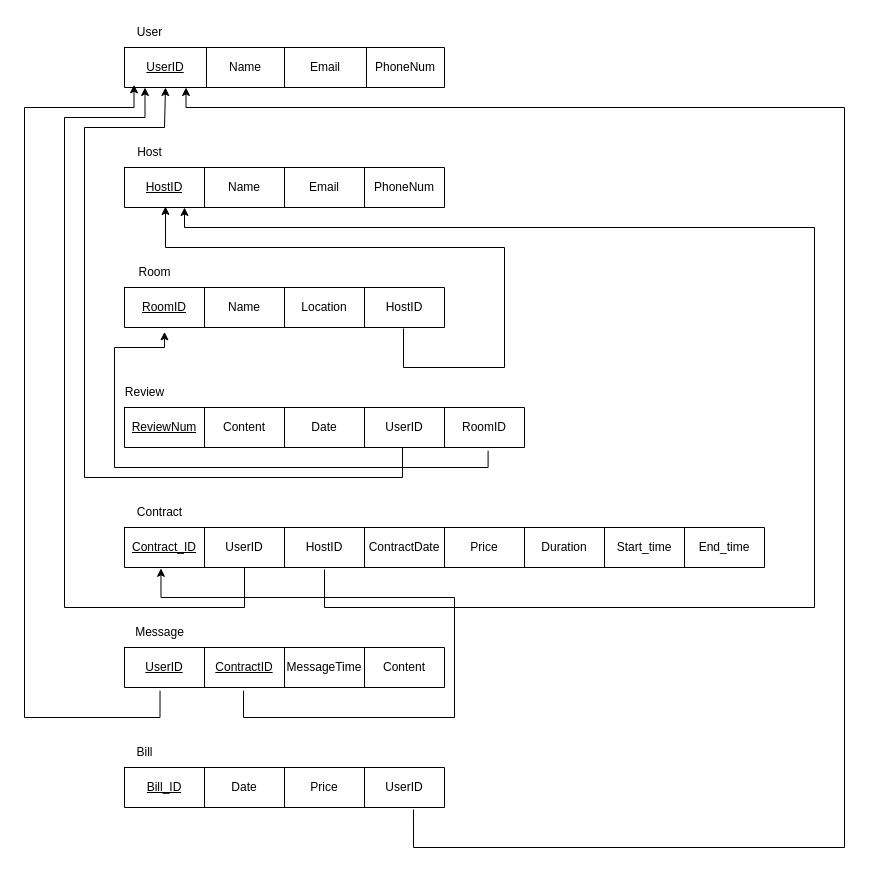
Earlier version of the draw.io diagram page "relation" (2 of 3) of test.drawio (NKIWI0310/Database_TermProject). Source tidied: cells renumbered, new cells numbered last; positions are measured from the earlier drawing's top-left corner, leaving out a move shared by most shapes. Both pictures are drawn from the tidied source at 100%, with x=0, y=0 at pixel (24, 17).
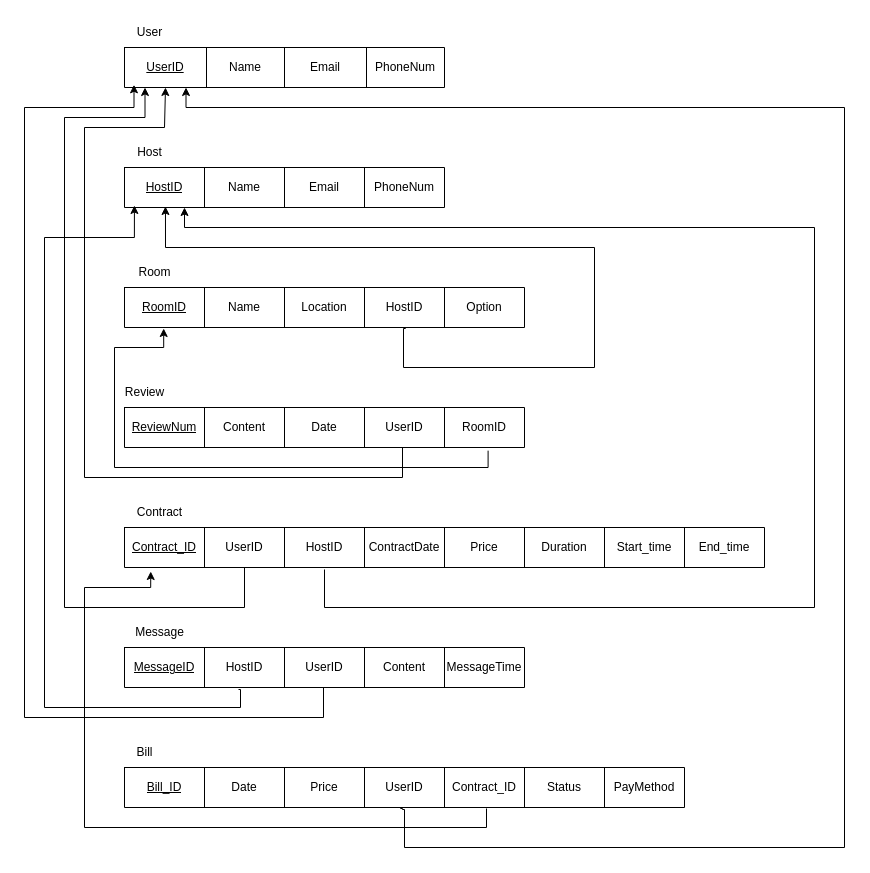
The same page after the edit.

The change refers to these unchanged cells:
```xml
<mxCell id="6" value="&lt;u&gt;UserID&lt;/u&gt;" style="shape=partialRectangle;html=1;whiteSpace=wrap;strokeColor=inherit;overflow=hidden;fillColor=none;top=0;left=0;bottom=0;right=0;" parent="5" vertex="1">
  <mxGeometry width="82" height="40" as="geometry" />
</mxCell>
<mxCell id="15" style="shape=tableRow;horizontal=0;startSize=0;swimlaneHead=0;swimlaneBody=0;strokeColor=inherit;top=0;left=0;bottom=0;right=0;fillColor=none;points=[[0,0.5],[1,0.5]];portConstraint=eastwest;" parent="14" vertex="1">
  <mxGeometry width="320" height="40" as="geometry" />
</mxCell>
<mxCell id="21" style="group;" parent="1" vertex="1">
  <mxGeometry x="100" y="240" width="320" height="70" as="geometry" />
</mxCell>
<mxCell id="31" style="shape=tableRow;horizontal=0;startSize=0;swimlaneHead=0;swimlaneBody=0;strokeColor=inherit;top=0;left=0;bottom=0;right=0;fillColor=none;points=[[0,0.5],[1,0.5]];portConstraint=eastwest;" parent="30" vertex="1">
  <mxGeometry width="400" height="40" as="geometry" />
</mxCell>
<mxCell id="38" style="group;" parent="1" vertex="1">
  <mxGeometry x="100" y="720" width="320" height="70" as="geometry" />
</mxCell>
<mxCell id="48" style="shape=tableRow;horizontal=0;startSize=0;swimlaneHead=0;swimlaneBody=0;strokeColor=inherit;top=0;left=0;bottom=0;right=0;fillColor=none;points=[[0,0.5],[1,0.5]];portConstraint=eastwest;" parent="47" vertex="1">
  <mxGeometry width="640" height="40" as="geometry" />
</mxCell>
```

The edit, as a diff of the source:
```diff
@@
-    <mxCell id="11" style="endArrow=classic;html=1;rounded=0;exitX=0.872;exitY=1.025;exitDx=0;exitDy=0;exitPerimeter=0;entryX=0.128;entryY=0.975;entryDx=0;entryDy=0;entryPerimeter=0;edgeStyle=orthogonalEdgeStyle;" parent="1" edge="1" source="23" target="15">
+    <mxCell id="11" style="endArrow=classic;html=1;rounded=0;exitX=0.703;exitY=1.025;exitDx=0;exitDy=0;exitPerimeter=0;entryX=0.128;entryY=0.975;entryDx=0;entryDy=0;entryPerimeter=0;edgeStyle=orthogonalEdgeStyle;" parent="1" edge="1" source="23" target="15">
       <mxGeometry relative="1" as="geometry">
         <Array as="points">
+          <mxPoint x="379" y="311" />
           <mxPoint x="379" y="350" />
-          <mxPoint x="480" y="350" />
-          <mxPoint x="480" y="230" />
+          <mxPoint x="570" y="350" />
+          <mxPoint x="570" y="230" />
           <mxPoint x="141" y="230" />
         </Array>
       </mxGeometry>
     </mxCell>
-    <mxCell id="12" style="endArrow=classic;html=1;rounded=0;exitX=0.903;exitY=1.05;exitDx=0;exitDy=0;exitPerimeter=0;entryX=0.75;entryY=1;entryDx=0;entryDy=0;edgeStyle=orthogonalEdgeStyle;" parent="1" edge="1" source="40" target="6">
+    <mxCell id="12" style="endArrow=classic;html=1;rounded=0;exitX=0.493;exitY=0.95;exitDx=0;exitDy=0;exitPerimeter=0;entryX=0.75;entryY=1;entryDx=0;entryDy=0;edgeStyle=orthogonalEdgeStyle;" parent="1" edge="1" source="40" target="6">
       <mxGeometry relative="1" as="geometry">
         <Array as="points">
-          <mxPoint x="389" y="830" />
+          <mxPoint x="376" y="791" />
+          <mxPoint x="378" y="791" />
+          <mxPoint x="378" y="792" />
+          <mxPoint x="380" y="792" />
+          <mxPoint x="380" y="830" />
           <mxPoint x="820" y="830" />
           <mxPoint x="820" y="90" />
           <mxPoint x="162" y="90" />
         </Array>
       </mxGeometry>
     </mxCell>
@@
     <mxCell id="22" style="shape=table;startSize=0;childLayout=tableLayout;" parent="21" vertex="1">
-      <mxGeometry y="30" width="320" height="40" as="geometry" />
+      <mxGeometry y="30" width="400" height="40" as="geometry" />
     </mxCell>
     <mxCell id="23" style="shape=tableRow;horizontal=0;startSize=0;swimlaneHead=0;swimlaneBody=0;strokeColor=inherit;top=0;left=0;bottom=0;right=0;fillColor=none;points=[[0,0.5],[1,0.5]];portConstraint=eastwest;" parent="22" vertex="1">
-      <mxGeometry width="320" height="40" as="geometry" />
+      <mxGeometry width="400" height="40" as="geometry" />
     </mxCell>
@@
+    <mxCell id="70" value="Option" style="shape=partialRectangle;html=1;whiteSpace=wrap;strokeColor=inherit;overflow=hidden;fillColor=none;top=0;left=0;bottom=0;right=0;" parent="23" vertex="1">
+      <mxGeometry x="320" width="80" height="40" as="geometry" />
+    </mxCell>
@@
     <mxCell id="39" style="shape=table;startSize=0;childLayout=tableLayout;" parent="38" vertex="1">
-      <mxGeometry y="30" width="320" height="40" as="geometry" />
+      <mxGeometry y="30" width="560" height="40" as="geometry" />
     </mxCell>
     <mxCell id="40" style="shape=tableRow;horizontal=0;startSize=0;swimlaneHead=0;swimlaneBody=0;strokeColor=inherit;top=0;left=0;bottom=0;right=0;fillColor=none;points=[[0,0.5],[1,0.5]];portConstraint=eastwest;" parent="39" vertex="1">
-      <mxGeometry width="320" height="40" as="geometry" />
+      <mxGeometry width="560" height="40" as="geometry" />
     </mxCell>
@@
+    <mxCell id="71" value="Contract_ID" style="shape=partialRectangle;html=1;whiteSpace=wrap;strokeColor=inherit;overflow=hidden;fillColor=none;top=0;left=0;bottom=0;right=0;" parent="40" vertex="1">
+      <mxGeometry x="320" width="80" height="40" as="geometry" />
+    </mxCell>
+    <mxCell id="72" value="Status" style="shape=partialRectangle;html=1;whiteSpace=wrap;strokeColor=inherit;overflow=hidden;fillColor=none;top=0;left=0;bottom=0;right=0;" parent="40" vertex="1">
+      <mxGeometry x="400" width="80" height="40" as="geometry" />
+    </mxCell>
+    <mxCell id="73" value="PayMethod" style="shape=partialRectangle;html=1;whiteSpace=wrap;strokeColor=inherit;overflow=hidden;fillColor=none;top=0;left=0;bottom=0;right=0;" parent="40" vertex="1">
+      <mxGeometry x="480" width="80" height="40" as="geometry" />
+    </mxCell>
@@
     <mxCell id="60" style="shape=table;startSize=0;childLayout=tableLayout;" parent="1" vertex="1">
-      <mxGeometry x="100" y="630" width="320" height="40" as="geometry" />
+      <mxGeometry x="100" y="630" width="400" height="40" as="geometry" />
     </mxCell>
     <mxCell id="61" style="shape=tableRow;horizontal=0;startSize=0;swimlaneHead=0;swimlaneBody=0;strokeColor=inherit;top=0;left=0;bottom=0;right=0;fillColor=none;points=[[0,0.5],[1,0.5]];portConstraint=eastwest;" parent="60" vertex="1">
-      <mxGeometry width="320" height="40" as="geometry" />
+      <mxGeometry width="400" height="40" as="geometry" />
     </mxCell>
-    <mxCell id="62" value="&lt;u&gt;UserID&lt;/u&gt;" style="shape=partialRectangle;html=1;whiteSpace=wrap;strokeColor=inherit;overflow=hidden;fillColor=none;top=0;left=0;bottom=0;right=0;" parent="61" vertex="1">
+    <mxCell id="62" value="&lt;u&gt;MessageID&lt;/u&gt;" style="shape=partialRectangle;html=1;whiteSpace=wrap;strokeColor=inherit;overflow=hidden;fillColor=none;top=0;left=0;bottom=0;right=0;" parent="61" vertex="1">
       <mxGeometry width="80" height="40" as="geometry" />
     </mxCell>
-    <mxCell id="63" value="&lt;u&gt;ContractID&lt;/u&gt;" style="shape=partialRectangle;html=1;whiteSpace=wrap;strokeColor=inherit;overflow=hidden;fillColor=none;top=0;left=0;bottom=0;right=0;" parent="61" vertex="1">
+    <mxCell id="63" value="HostID" style="shape=partialRectangle;html=1;whiteSpace=wrap;strokeColor=inherit;overflow=hidden;fillColor=none;top=0;left=0;bottom=0;right=0;" parent="61" vertex="1">
       <mxGeometry x="80" width="80" height="40" as="geometry" />
     </mxCell>
-    <mxCell id="64" value="MessageTime" style="shape=partialRectangle;html=1;whiteSpace=wrap;strokeColor=inherit;overflow=hidden;fillColor=none;top=0;left=0;bottom=0;right=0;" parent="61" vertex="1">
+    <mxCell id="64" value="UserID" style="shape=partialRectangle;html=1;whiteSpace=wrap;strokeColor=inherit;overflow=hidden;fillColor=none;top=0;left=0;bottom=0;right=0;" parent="61" vertex="1">
       <mxGeometry x="160" width="80" height="40" as="geometry" />
     </mxCell>
@@
+    <mxCell id="74" value="MessageTime" style="shape=partialRectangle;html=1;whiteSpace=wrap;strokeColor=inherit;overflow=hidden;fillColor=none;top=0;left=0;bottom=0;right=0;" parent="61" vertex="1">
+      <mxGeometry x="320" width="80" height="40" as="geometry" />
+    </mxCell>
@@
-    <mxCell id="67" style="endArrow=classic;html=1;rounded=0;exitX=0.909;exitY=1.079;exitDx=0;exitDy=0;exitPerimeter=0;entryX=0.125;entryY=1.109;entryDx=0;entryDy=0;entryPerimeter=0;edgeStyle=orthogonalEdgeStyle;" parent="1" edge="1" source="31" target="23">
+    <mxCell id="67" style="endArrow=classic;html=1;rounded=0;exitX=0.909;exitY=1.079;exitDx=0;exitDy=0;exitPerimeter=0;entryX=0.098;entryY=1.025;entryDx=0;entryDy=0;entryPerimeter=0;edgeStyle=orthogonalEdgeStyle;" parent="1" edge="1" source="31" target="23">
       <mxGeometry relative="1" as="geometry">
         <Array as="points">
           <mxPoint x="464" y="450" />
           <mxPoint x="90" y="450" />
           <mxPoint x="90" y="330" />
-          <mxPoint x="140" y="330" />
+          <mxPoint x="139" y="330" />
         </Array>
       </mxGeometry>
     </mxCell>
-    <mxCell id="68" style="endArrow=classic;html=1;rounded=0;exitX=0.372;exitY=1.079;exitDx=0;exitDy=0;exitPerimeter=0;entryX=0.057;entryY=1.021;entryDx=0;entryDy=0;entryPerimeter=0;edgeStyle=orthogonalEdgeStyle;" parent="1" edge="1" source="61" target="48">
-      <mxGeometry relative="1" as="geometry">
-        <Array as="points">
-          <mxPoint x="219" y="700" />
-          <mxPoint x="430" y="700" />
-          <mxPoint x="430" y="580" />
-          <mxPoint x="136" y="580" />
-        </Array>
-      </mxGeometry>
-    </mxCell>
-    <mxCell id="69" style="endArrow=classic;html=1;rounded=0;exitX=0.111;exitY=1.079;exitDx=0;exitDy=0;exitPerimeter=0;entryX=0.116;entryY=0.932;entryDx=0;entryDy=0;entryPerimeter=0;edgeStyle=orthogonalEdgeStyle;" parent="1" edge="1" source="61" target="6">
+    <mxCell id="69" style="endArrow=classic;html=1;rounded=0;exitX=0.622;exitY=1;exitDx=0;exitDy=0;exitPerimeter=0;entryX=0.116;entryY=0.932;entryDx=0;entryDy=0;entryPerimeter=0;edgeStyle=orthogonalEdgeStyle;" parent="1" edge="1" source="61" target="6">
       <mxGeometry relative="1" as="geometry">
         <Array as="points">
-          <mxPoint x="136" y="700" />
+          <mxPoint x="299" y="700" />
           <mxPoint y="700" />
           <mxPoint y="90" />
           <mxPoint x="110" y="90" />
         </Array>
       </mxGeometry>
     </mxCell>
+    <mxCell id="75" style="endArrow=classic;html=1;rounded=0;exitX=0.285;exitY=1.05;exitDx=0;exitDy=0;exitPerimeter=0;entryX=0.031;entryY=0.95;entryDx=0;entryDy=0;entryPerimeter=0;edgeStyle=orthogonalEdgeStyle;" parent="1" edge="1" source="61" target="15">
+      <mxGeometry relative="1" as="geometry">
+        <Array as="points">
+          <mxPoint x="216" y="672" />
+          <mxPoint x="216" y="690" />
+          <mxPoint x="20" y="690" />
+          <mxPoint x="20" y="220" />
+          <mxPoint x="110" y="220" />
+        </Array>
+      </mxGeometry>
+    </mxCell>
+    <mxCell id="76" style="endArrow=classic;html=1;rounded=0;entryX=0.041;entryY=1.1;entryDx=0;entryDy=0;entryPerimeter=0;edgeStyle=orthogonalEdgeStyle;" parent="1" edge="1" target="48">
+      <mxGeometry relative="1" as="geometry">
+        <mxPoint x="462" y="791" as="sourcePoint" />
+        <Array as="points">
+          <mxPoint x="462" y="810" />
+          <mxPoint x="60" y="810" />
+          <mxPoint x="60" y="570" />
+          <mxPoint x="126" y="570" />
+        </Array>
+      </mxGeometry>
+    </mxCell>
```
